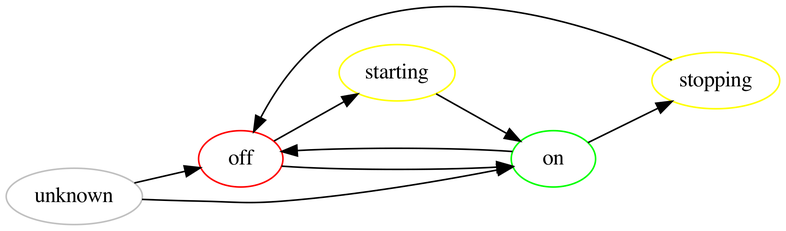
rdkr/infra keeps this Graphviz diagram as hermes/flow.png. Above is the earlier version. Its source is kept beside it as hermes/flow.dot.
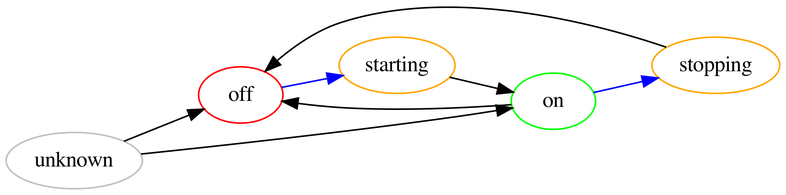
After the change.

The edit, as a diff of the source:
```diff
@@ -4,20 +4,19 @@
 
     unknown  [color=gray]
     off      [color=red]
-    starting [color=yellow]
-    stopping [color=yellow]
+    starting [color=orange]
+    stopping [color=orange]
     on       [color=green]
 
     unknown -> on
     unknown -> off
 
-    off -> on
-    off -> starting
+    off -> starting [color=blue]
 
     starting -> on
     stopping -> off
 
-    on -> stopping
+    on -> stopping [color=blue]
     on -> off
 
 }
```
